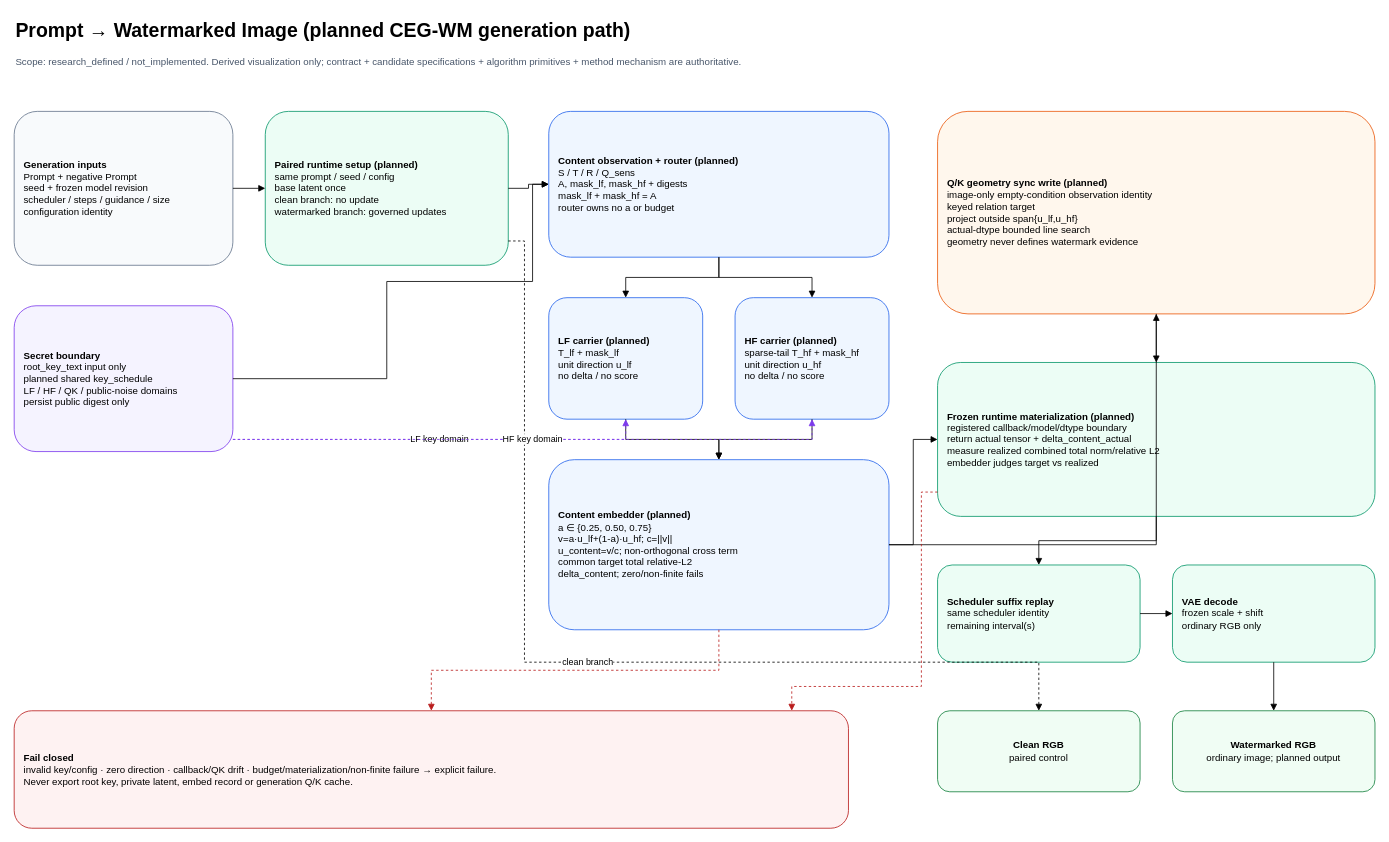
Above: docs/design/diagrams/prompt_to_watermarked_image.drawio in RICHAAARC/CEG-WM (draw.io), before the change. Source tidied: cells renumbered, new cells numbered last; positions are measured from the earlier drawing's top-left corner, leaving out a move shared by most shapes. Both pictures are drawn from the tidied source at 81%, with x=0, y=0 at pixel (14, 14).
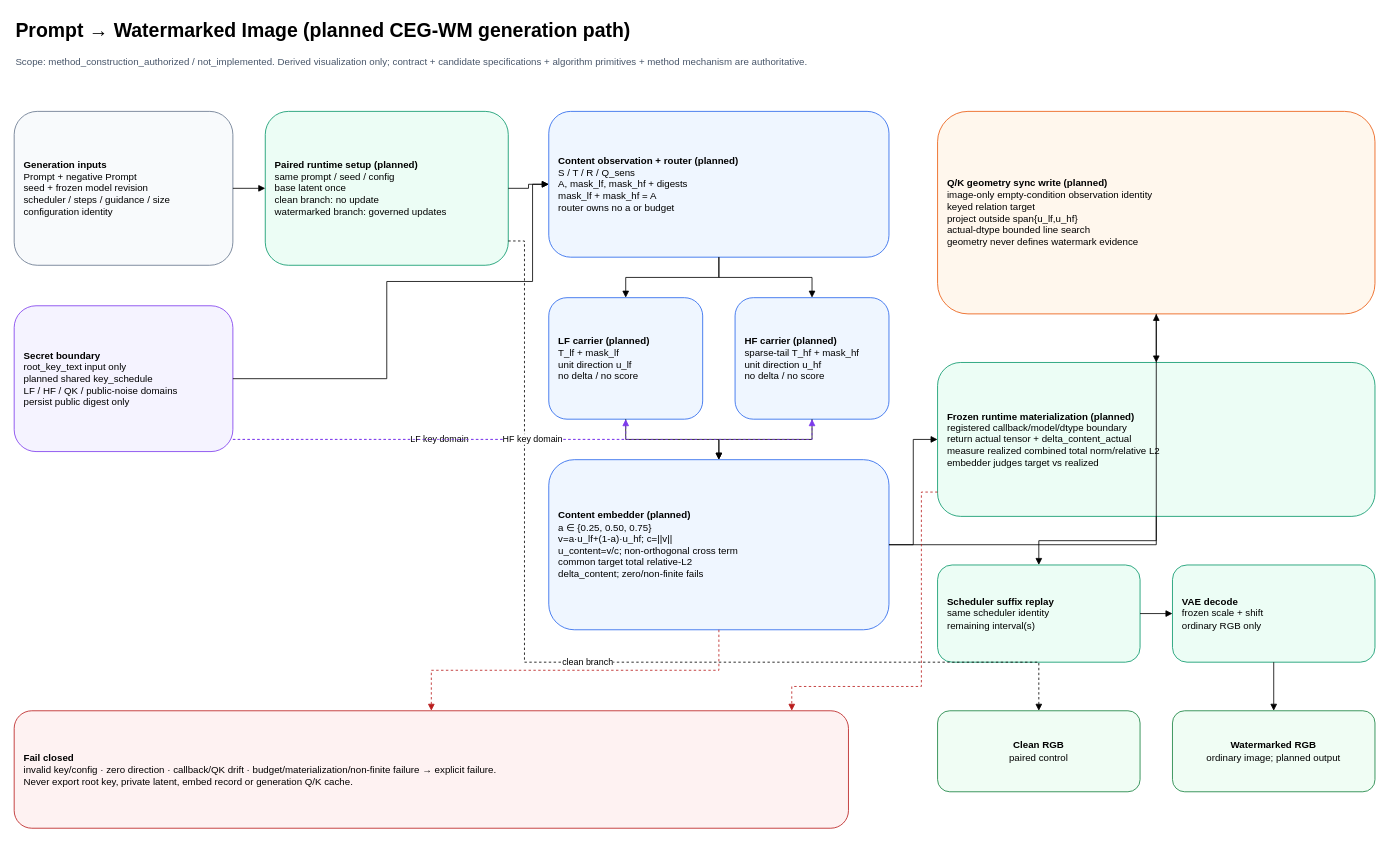
After the change.

Change to the diagram source:
```diff
@@
-    <mxCell id="3" value="Scope: research_defined / not_implemented. Derived visualization only; contract + candidate specifications + algorithm primitives + method mechanism are authoritative." style="text;html=1;fontSize=12;align=left;fontColor=#475569;" parent="1" vertex="1">
+    <mxCell id="3" value="Scope: method_construction_authorized / not_implemented. Derived visualization only; contract + candidate specifications + algorithm primitives + method mechanism are authoritative." style="text;html=1;fontSize=12;align=left;fontColor=#475569;" parent="1" vertex="1">
       <mxGeometry y="45" width="1500" height="40" as="geometry" />
     </mxCell>
```
